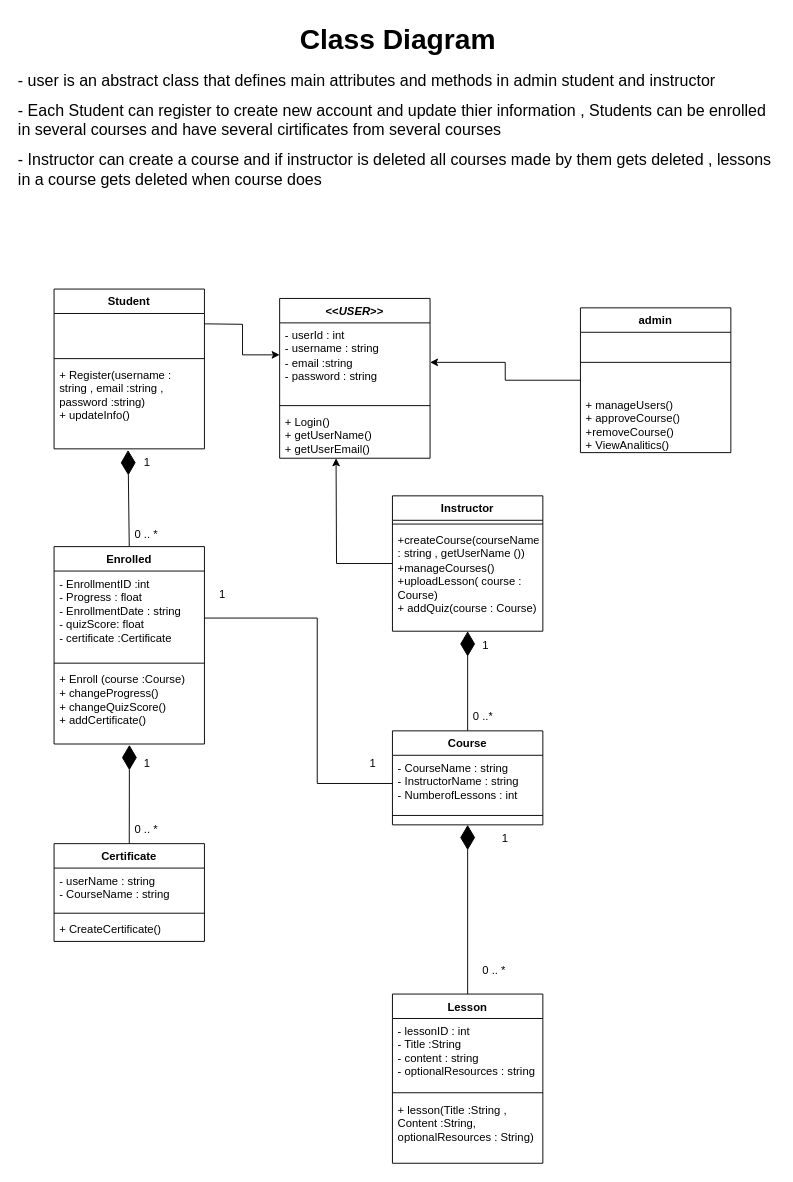
This is Class.drawio from catray05/prog2_lab6, a draw.io file, before an edit. Source tidied: cells renumbered, new cells numbered last; positions are measured from the earlier drawing's top-left corner, leaving out a move shared by most shapes. Both pictures are drawn from the tidied source at 94%, with x=0, y=0 at pixel (16, 16).
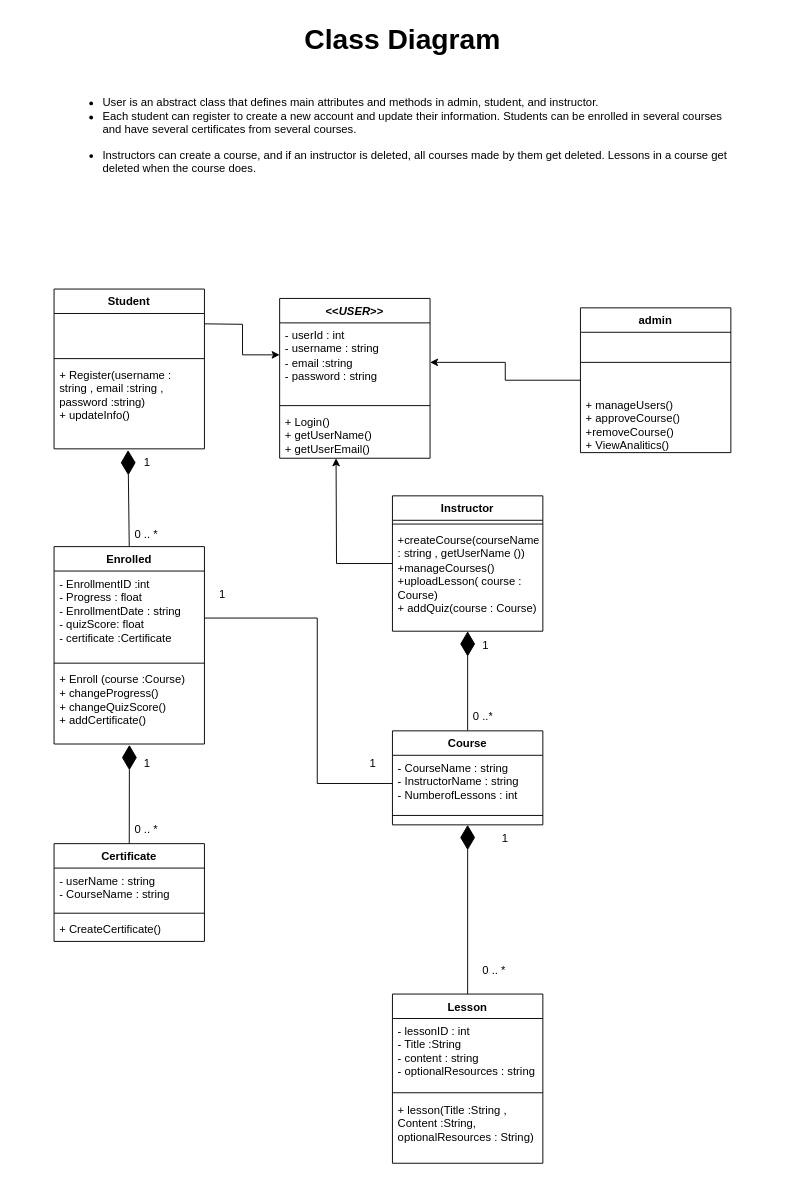
After the change.

Commit message:
fixed spelling mistakes w 5aleto bullit points

What changed in the source:
```diff
@@
-    <mxCell id="49" value="&lt;h1 align=&quot;center&quot; style=&quot;margin-top: 0px;&quot;&gt;&lt;font style=&quot;font-size: 30px;&quot;&gt;Class Diagram&lt;/font&gt;&lt;/h1&gt;&lt;p&gt;&lt;font style=&quot;font-size: 17px;&quot;&gt;- user is an abstract class that defines main attributes and methods in admin student and instructor&lt;/font&gt;&lt;/p&gt;&lt;p&gt;&lt;font style=&quot;font-size: 17px;&quot;&gt;- Each Student can register to create new account and update thier information , Students can be enrolled in several courses and have several cirtificates from several courses&lt;/font&gt;&lt;/p&gt;&lt;p&gt;&lt;font style=&quot;font-size: 17px;&quot;&gt;- Instructor can create a course and if instructor is deleted all courses made by them gets deleted , lessons in a course gets deleted when course does&lt;/font&gt;&lt;/p&gt;" style="text;html=1;whiteSpace=wrap;overflow=hidden;rounded=1;" parent="1" vertex="1">
-      <mxGeometry width="810" height="240" as="geometry" />
+    <mxCell id="49" value="&lt;h1 align=&quot;center&quot; style=&quot;margin-top: 0px;&quot;&gt;&lt;font style=&quot;font-size: 30px;&quot;&gt;Class Diagram&lt;/font&gt;&lt;/h1&gt;&lt;p&gt;&lt;br&gt;&lt;/p&gt;&lt;blockquote&gt;&lt;ul&gt;&lt;li&gt;User is an abstract class that defines main attributes and methods in admin, student, and instructor.&lt;/li&gt;&lt;li&gt;Each student can register to create a new account and update their information. Students can be enrolled in several courses and have several certificates from several courses.&lt;/li&gt;&lt;li&gt;&lt;p&gt;Instructors can create a course, and if an instructor is deleted, all courses made by them get deleted. Lessons in a course get deleted when the course does.&lt;/p&gt;&lt;/li&gt;&lt;/ul&gt;&lt;p&gt;&lt;/p&gt;&lt;/blockquote&gt;" style="text;html=1;whiteSpace=wrap;overflow=hidden;rounded=1;" parent="1" vertex="1">
+      <mxGeometry x="10" width="800" height="240" as="geometry" />
     </mxCell>
```
